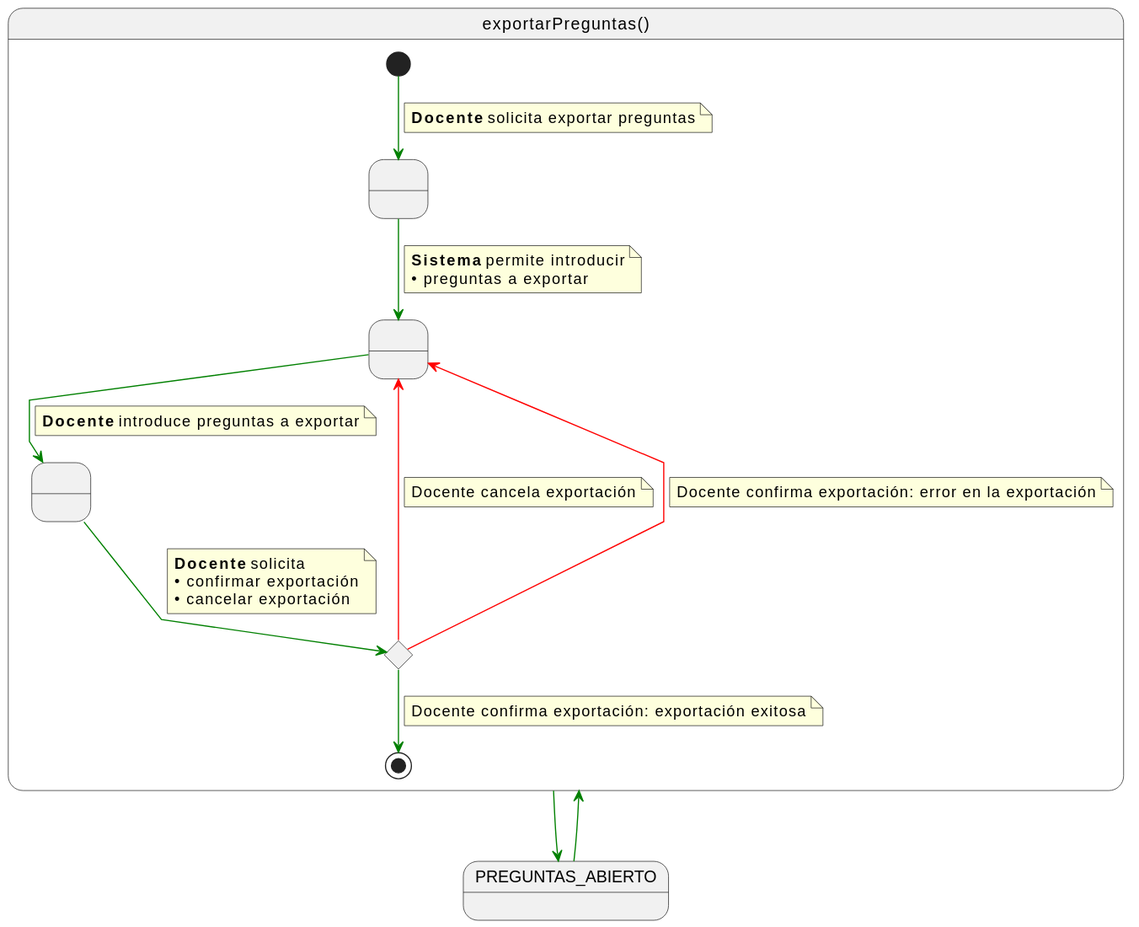
Before: documents/casos-de-uso/detalladoCasosDeUso/exportarPreguntas/exportarPreguntas.svg, a diagram exported from PlantUML (martinlopez7/25-26-IdSw1-SdR). Its diagram source:
```plantuml
@startuml
skinparam linetype polyline

state exportarPreguntas as "exportarPreguntas()" {

    state " " as RequiringExport
    state " " as ProvidingPreguntas
    state " " as ProvidingConfirmation
    state c <<choice>>

    [*] -[#green]-> RequiringExport
    note on link
    <b>Docente</b> solicita exportar preguntas
    end note

    RequiringExport -[#green]-> ProvidingPreguntas
    note on link
    <b>Sistema</b> permite introducir
    • preguntas a exportar
    end note

    ProvidingPreguntas -[#green]-> ProvidingConfirmation
    note on link
    <b>Docente</b> introduce preguntas a exportar
    end note

    ProvidingConfirmation -[#green]-> c
    note on link
    <b>Docente</b> solicita
    • confirmar exportación
    • cancelar exportación
    end note

    c -[#red]-> ProvidingPreguntas
    note on link
    Docente cancela exportación
    end note

    c -[#red]-> ProvidingPreguntas
    note on link
    Docente confirma exportación: error en la exportación
    end note

    c -[#green]-> [*]
    note on link
    Docente confirma exportación: exportación exitosa
    end note
}

PREGUNTAS_ABIERTO -[#green]-> exportarPreguntas
exportarPreguntas -[#green]-> PREGUNTAS_ABIERTO
@enduml
```
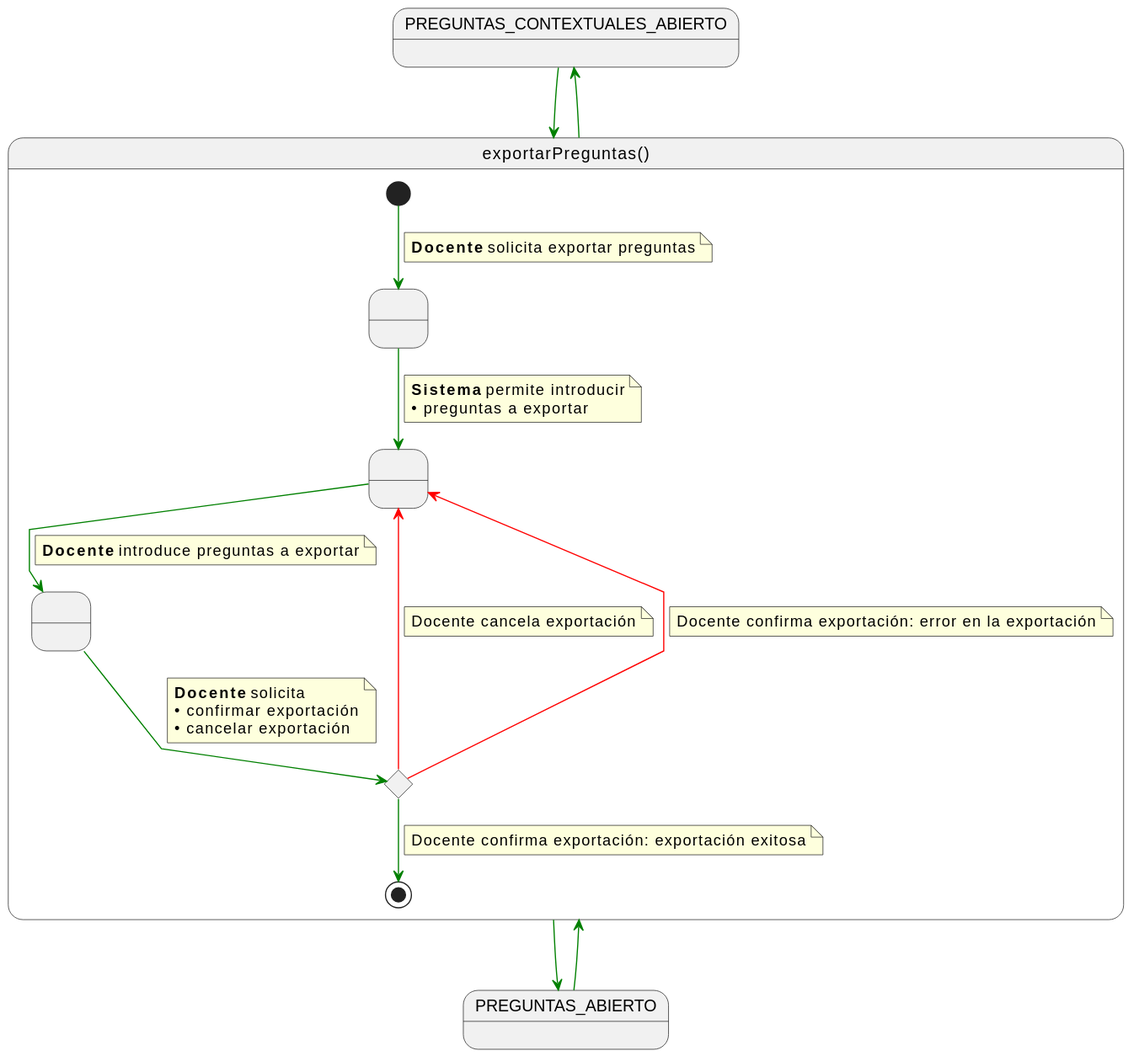
After the change.

Change to the diagram source:
```diff
@@ -1,5 +1,7 @@
 @startuml
 skinparam linetype polyline
+
+state PREGUNTAS_CONTEXTUALES_ABIERTO
 
 state exportarPreguntas as "exportarPreguntas()" {
 
@@ -49,4 +51,7 @@
 
 PREGUNTAS_ABIERTO -[#green]-> exportarPreguntas
 exportarPreguntas -[#green]-> PREGUNTAS_ABIERTO
+
+PREGUNTAS_CONTEXTUALES_ABIERTO -[#green]-> exportarPreguntas
+exportarPreguntas -[#green]-> PREGUNTAS_CONTEXTUALES_ABIERTO
 @enduml
```
